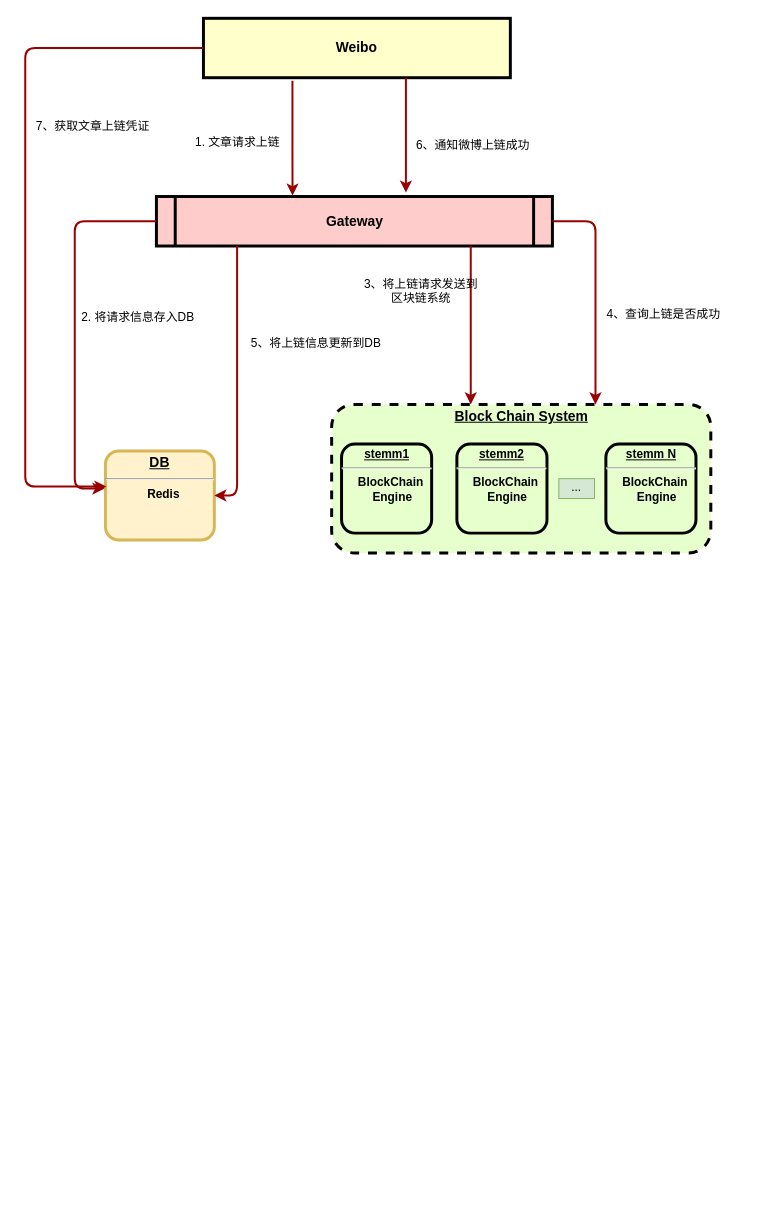
The draw.io diagram weibo-blockchain.drawio in fisher2015/eos-contract, before the edit. Source tidied: cells renumbered, new cells numbered last; positions are measured from the earlier drawing's top-left corner, leaving out a move shared by most shapes. Both pictures are drawn from the tidied source at 99%, with x=0, y=0 at pixel (25, 18).
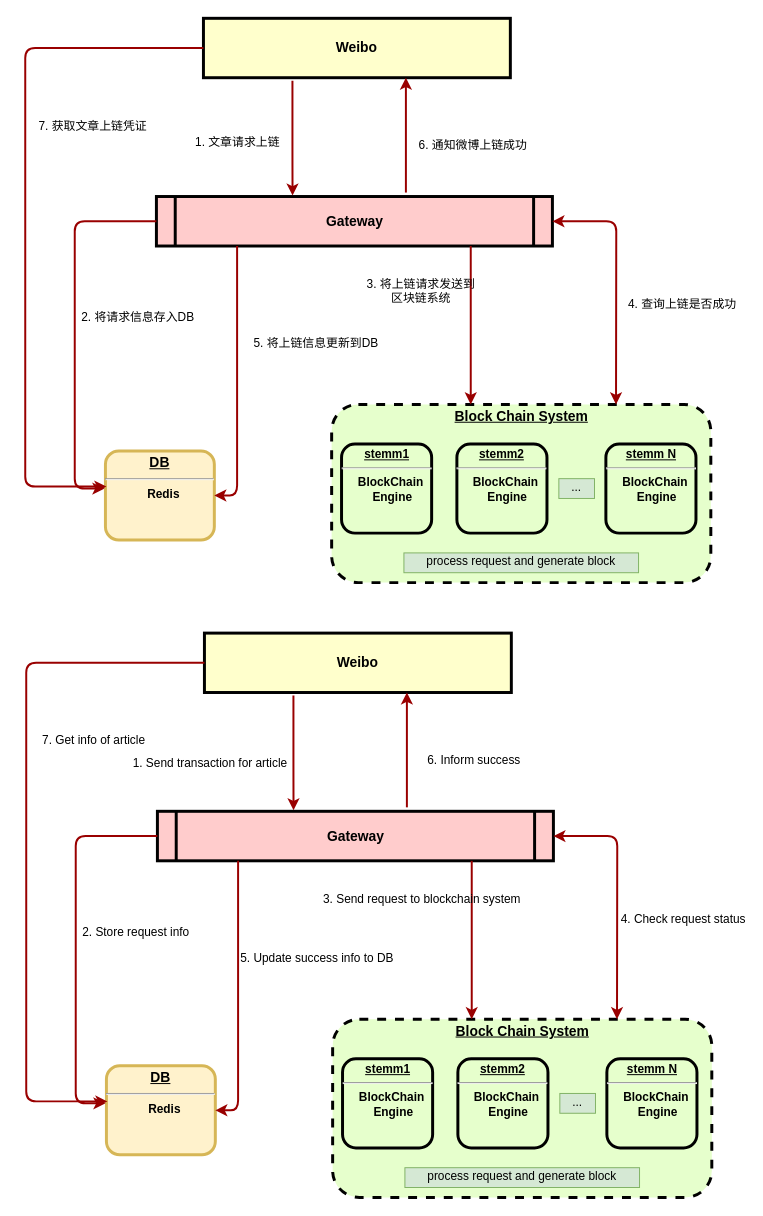
Above is the later version.

The change refers to these unchanged cells:
```xml
<mxCell id="3" value="Gateway" style="shape=process;whiteSpace=wrap;align=center;verticalAlign=middle;size=0.0475;fontStyle=1;strokeWidth=3;fillColor=#FFCCCC;fontSize=14;" parent="1" vertex="1">
  <mxGeometry x="132.5" y="180" width="400" height="50" as="geometry" />
</mxCell>
```

What changed in the source:
```diff
@@
     <mxCell id="5" style="group;dashed=1;" parent="1" vertex="1">
-      <mxGeometry x="309.5" y="390" width="383" height="150" as="geometry" />
+      <mxGeometry x="309.5" y="390" width="383" height="180" as="geometry" />
     </mxCell>
     <mxCell id="6" value="&lt;p style=&quot;margin: 0px ; margin-top: 4px ; text-align: center ; text-decoration: underline&quot;&gt;&lt;font style=&quot;font-size: 14px&quot;&gt;Block Chain System&lt;/font&gt;&lt;/p&gt;" style="verticalAlign=middle;align=center;overflow=fill;fontSize=12;fontFamily=Helvetica;html=1;rounded=1;fontStyle=1;strokeWidth=3;fillColor=#E6FFCC;dashed=1;" parent="5" vertex="1">
-      <mxGeometry width="383" height="150" as="geometry" />
+      <mxGeometry width="383" height="180" as="geometry" />
     </mxCell>
@@
+    <mxCell id="25" value="process request and generate block" style="text;spacingTop=-5;align=center;fillColor=#d5e8d4;strokeColor=#82b366;" parent="5" vertex="1">
+      <mxGeometry x="73" y="150" width="237" height="20" as="geometry" />
+    </mxCell>
@@
-    <mxCell id="16" value="3、将上链请求发送到&#10;区块链系统&#10;" style="text;spacingTop=-5;align=center;" parent="1" vertex="1">
+    <mxCell id="16" value="3. 将上链请求发送到&#10;区块链系统&#10;" style="text;spacingTop=-5;align=center;" parent="1" vertex="1">
       <mxGeometry x="357" y="260" width="86" height="40" as="geometry" />
     </mxCell>
-    <mxCell id="17" style="edgeStyle=elbowEdgeStyle;elbow=horizontal;strokeColor=#990000;strokeWidth=2;exitX=1;exitY=0.5;exitDx=0;exitDy=0;" parent="1" edge="1" source="3">
-      <mxGeometry relative="1" as="geometry">
-        <mxPoint x="576" y="390" as="targetPoint" />
-        <Array as="points">
-          <mxPoint x="576" y="289" />
-          <mxPoint x="416" y="399" />
-        </Array>
-      </mxGeometry>
-    </mxCell>
-    <mxCell id="18" value="4、查询上链是否成功&#10;" style="text;spacingTop=-5;align=center;" parent="1" vertex="1">
-      <mxGeometry x="602" y="290" width="86" height="20" as="geometry" />
+    <mxCell id="18" value="4. 查询上链是否成功&#10;" style="text;spacingTop=-5;align=center;" parent="1" vertex="1">
+      <mxGeometry x="621" y="280" width="86" height="20" as="geometry" />
     </mxCell>
-    <mxCell id="19" value="6、通知微博上链成功&#10;" style="text;spacingTop=-5;align=center;" parent="1" vertex="1">
+    <mxCell id="19" value="6. 通知微博上链成功&#10;" style="text;spacingTop=-5;align=center;" parent="1" vertex="1">
       <mxGeometry x="385" y="120" width="135" height="20" as="geometry" />
     </mxCell>
@@
-    <mxCell id="21" value="5、将上链信息更新到DB&#10;" style="text;spacingTop=-5;align=center;" parent="1" vertex="1">
+    <mxCell id="21" value="5. 将上链信息更新到DB&#10;" style="text;spacingTop=-5;align=center;" parent="1" vertex="1">
       <mxGeometry x="238" y="320" width="112" height="20" as="geometry" />
     </mxCell>
@@
-    <mxCell id="23" value="7、获取文章上链凭证&#10;" style="text;spacingTop=-5;align=center;" parent="1" vertex="1">
+    <mxCell id="23" value="7. 获取文章上链凭证&#10;" style="text;spacingTop=-5;align=center;" parent="1" vertex="1">
       <mxGeometry x="1" y="100" width="135" height="20" as="geometry" />
     </mxCell>
     <mxCell id="24" style="edgeStyle=elbowEdgeStyle;elbow=vertical;strokeColor=#990000;strokeWidth=2;exitX=0.29;exitY=1.05;exitDx=0;exitDy=0;exitPerimeter=0;" parent="1" edge="1">
       <mxGeometry relative="1" as="geometry">
-        <mxPoint x="384.5" y="60" as="sourcePoint" />
-        <mxPoint x="384.5" y="176" as="targetPoint" />
+        <mxPoint x="384.5" y="176" as="sourcePoint" />
+        <mxPoint x="384.5" y="60" as="targetPoint" />
         <Array as="points">
           <mxPoint x="441" y="136" />
         </Array>
       </mxGeometry>
     </mxCell>
+    <mxCell id="26" style="endArrow=classic;startArrow=classic;html=1;strokeColor=#990000;strokeWidth=2;entryX=1;entryY=0.5;entryDx=0;entryDy=0;exitX=0.75;exitY=0;exitDx=0;exitDy=0;" parent="1" edge="1" source="6" target="3">
+      <mxGeometry relative="1" as="geometry">
+        <Array as="points">
+          <mxPoint x="597" y="205" />
+        </Array>
+      </mxGeometry>
+    </mxCell>
+    <mxCell id="27" value="Weibo" style="whiteSpace=wrap;align=center;verticalAlign=middle;fontStyle=1;strokeWidth=3;fillColor=#FFFFCC;fontSize=14;" parent="1" vertex="1">
+      <mxGeometry x="181" y="621" width="310" height="60" as="geometry" />
+    </mxCell>
+    <mxCell id="28" value="Gateway" style="shape=process;whiteSpace=wrap;align=center;verticalAlign=middle;size=0.0475;fontStyle=1;strokeWidth=3;fillColor=#FFCCCC;fontSize=14;" parent="1" vertex="1">
+      <mxGeometry x="133.5" y="801" width="400" height="50" as="geometry" />
+    </mxCell>
+    <mxCell id="29" value="&lt;p style=&quot;margin: 4px 0px 0px ; text-align: center ; text-decoration: underline ; font-size: 14px&quot;&gt;&lt;font style=&quot;font-size: 14px&quot;&gt;DB&lt;/font&gt;&lt;/p&gt;&lt;hr style=&quot;font-size: 14px&quot;&gt;&lt;p style=&quot;margin: 0px 0px 0px 8px&quot;&gt;&lt;font style=&quot;font-size: 12px&quot;&gt;Redis&lt;/font&gt;&lt;/p&gt;" style="verticalAlign=middle;align=center;overflow=fill;fontSize=12;fontFamily=Helvetica;html=1;rounded=1;fontStyle=1;strokeWidth=3;fillColor=#fff2cc;strokeColor=#d6b656;" parent="1" vertex="1">
+      <mxGeometry x="82" y="1058" width="110" height="90" as="geometry" />
+    </mxCell>
+    <mxCell id="30" style="group;dashed=1;" parent="1" vertex="1">
+      <mxGeometry x="310.5" y="1011" width="383" height="180" as="geometry" />
+    </mxCell>
+    <mxCell id="31" value="&lt;p style=&quot;margin: 0px ; margin-top: 4px ; text-align: center ; text-decoration: underline&quot;&gt;&lt;font style=&quot;font-size: 14px&quot;&gt;Block Chain System&lt;/font&gt;&lt;/p&gt;" style="verticalAlign=middle;align=center;overflow=fill;fontSize=12;fontFamily=Helvetica;html=1;rounded=1;fontStyle=1;strokeWidth=3;fillColor=#E6FFCC;dashed=1;" parent="30" vertex="1">
+      <mxGeometry width="383" height="180" as="geometry" />
+    </mxCell>
+    <mxCell id="32" value="&lt;p style=&quot;margin: 0px ; margin-top: 4px ; text-align: center ; text-decoration: underline&quot;&gt;&lt;strong&gt;stemm1&lt;br&gt;&lt;/strong&gt;&lt;/p&gt;&lt;hr&gt;&lt;p style=&quot;margin: 0px ; margin-left: 8px&quot;&gt;BlockChain&lt;/p&gt;&lt;p style=&quot;margin: 0px ; margin-left: 8px&quot;&gt;&amp;nbsp;Engine&lt;/p&gt;" style="verticalAlign=middle;align=center;overflow=fill;fontSize=12;fontFamily=Helvetica;html=1;rounded=1;fontStyle=1;strokeWidth=3;fillColor=#E6FFCC;" parent="30" vertex="1">
+      <mxGeometry x="10" y="40" width="91" height="90" as="geometry" />
+    </mxCell>
+    <mxCell id="33" value="&lt;p style=&quot;margin: 0px ; margin-top: 4px ; text-align: center ; text-decoration: underline&quot;&gt;&lt;strong&gt;stemm2&lt;/strong&gt;&lt;/p&gt;&lt;hr&gt;&lt;p style=&quot;margin: 0px ; margin-left: 8px&quot;&gt;BlockChain&lt;/p&gt;&lt;p style=&quot;margin: 0px ; margin-left: 8px&quot;&gt;&amp;nbsp;Engine&lt;/p&gt;" style="verticalAlign=middle;align=center;overflow=fill;fontSize=12;fontFamily=Helvetica;html=1;rounded=1;fontStyle=1;strokeWidth=3;fillColor=#E6FFCC;" parent="30" vertex="1">
+      <mxGeometry x="126.5" y="40" width="91" height="90" as="geometry" />
+    </mxCell>
+    <mxCell id="34" value="&lt;p style=&quot;margin: 0px ; margin-top: 4px ; text-align: center ; text-decoration: underline&quot;&gt;&lt;strong&gt;stemm N&lt;br&gt;&lt;/strong&gt;&lt;/p&gt;&lt;hr&gt;&lt;p style=&quot;margin: 0px ; margin-left: 8px&quot;&gt;BlockChain&lt;/p&gt;&lt;p style=&quot;margin: 0px ; margin-left: 8px&quot;&gt;&amp;nbsp;Engine&lt;/p&gt;" style="verticalAlign=middle;align=center;overflow=fill;fontSize=12;fontFamily=Helvetica;html=1;rounded=1;fontStyle=1;strokeWidth=3;fillColor=#E6FFCC;" parent="30" vertex="1">
+      <mxGeometry x="277" y="40" width="91" height="90" as="geometry" />
+    </mxCell>
+    <mxCell id="35" value="..." style="text;spacingTop=-5;align=center;fillColor=#d5e8d4;strokeColor=#82b366;" parent="30" vertex="1">
+      <mxGeometry x="229.5" y="75" width="36" height="20" as="geometry" />
+    </mxCell>
+    <mxCell id="36" value="process request and generate block" style="text;spacingTop=-5;align=center;fillColor=#d5e8d4;strokeColor=#82b366;" parent="30" vertex="1">
+      <mxGeometry x="73" y="150" width="237" height="20" as="geometry" />
+    </mxCell>
+    <mxCell id="37" style="edgeStyle=elbowEdgeStyle;elbow=vertical;strokeColor=#990000;strokeWidth=2;exitX=0.29;exitY=1.05;exitDx=0;exitDy=0;exitPerimeter=0;" parent="1" edge="1" source="27">
+      <mxGeometry relative="1" as="geometry">
+        <mxPoint x="271" y="800" as="targetPoint" />
+        <Array as="points">
+          <mxPoint x="327.5" y="760" />
+        </Array>
+      </mxGeometry>
+    </mxCell>
+    <mxCell id="38" value="&lt;span&gt;&lt;font style=&quot;font-size: 12px&quot;&gt;1. Send transaction for article&lt;/font&gt;&lt;/span&gt;&lt;br&gt;" style="text;html=1;align=left;verticalAlign=top;spacingTop=-4;fontSize=14;" parent="1" vertex="1">
+      <mxGeometry x="107" y="741" width="170" height="20" as="geometry" />
+    </mxCell>
+    <mxCell id="39" style="edgeStyle=elbowEdgeStyle;elbow=horizontal;strokeColor=#990000;strokeWidth=2;exitX=0;exitY=0.5;exitDx=0;exitDy=0;" parent="1" edge="1" source="28">
+      <mxGeometry relative="1" as="geometry">
+        <mxPoint x="81" y="1096" as="targetPoint" />
+        <Array as="points">
+          <mxPoint x="51" y="911" />
+        </Array>
+      </mxGeometry>
+    </mxCell>
+    <mxCell id="40" value="&lt;span&gt;&lt;font style=&quot;font-size: 12px&quot;&gt;2. Store request info&lt;/font&gt;&lt;/span&gt;&lt;br&gt;" style="text;html=1;align=left;verticalAlign=top;spacingTop=-4;fontSize=14;" parent="1" vertex="1">
+      <mxGeometry x="56" y="911" width="120" height="20" as="geometry" />
+    </mxCell>
+    <mxCell id="41" style="edgeStyle=elbowEdgeStyle;elbow=horizontal;strokeColor=#990000;strokeWidth=2;" parent="1" edge="1">
+      <mxGeometry relative="1" as="geometry">
+        <mxPoint x="451" y="851" as="sourcePoint" />
+        <mxPoint x="451" y="1011" as="targetPoint" />
+        <Array as="points">
+          <mxPoint x="451" y="931" />
+          <mxPoint x="291" y="1041" />
+        </Array>
+      </mxGeometry>
+    </mxCell>
+    <mxCell id="42" value="3. Send request to blockchain system&#10;" style="text;spacingTop=-5;align=center;" parent="1" vertex="1">
+      <mxGeometry x="358" y="881" width="86" height="59" as="geometry" />
+    </mxCell>
+    <mxCell id="43" value="4. Check request status&#10;" style="text;spacingTop=-5;align=center;" parent="1" vertex="1">
+      <mxGeometry x="622" y="901" width="86" height="20" as="geometry" />
+    </mxCell>
+    <mxCell id="44" value="6. Inform success&#10;" style="text;spacingTop=-5;align=center;" parent="1" vertex="1">
+      <mxGeometry x="386" y="741" width="135" height="20" as="geometry" />
+    </mxCell>
+    <mxCell id="45" style="edgeStyle=elbowEdgeStyle;elbow=horizontal;strokeColor=#990000;strokeWidth=2;entryX=1;entryY=0.5;entryDx=0;entryDy=0;" parent="1" edge="1" source="28" target="29">
+      <mxGeometry relative="1" as="geometry">
+        <Array as="points">
+          <mxPoint x="215" y="986" />
+        </Array>
+      </mxGeometry>
+    </mxCell>
+    <mxCell id="46" value="5. Update success info to DB&#10;" style="text;spacingTop=-5;align=center;" parent="1" vertex="1">
+      <mxGeometry x="239" y="941" width="112" height="20" as="geometry" />
+    </mxCell>
+    <mxCell id="47" style="edgeStyle=elbowEdgeStyle;elbow=horizontal;strokeColor=#990000;strokeWidth=2;exitX=0;exitY=0.5;exitDx=0;exitDy=0;entryX=0.009;entryY=0.4;entryDx=0;entryDy=0;entryPerimeter=0;" parent="1" edge="1" source="27" target="29">
+      <mxGeometry relative="1" as="geometry">
+        <Array as="points">
+          <mxPoint x="1" y="881" />
+        </Array>
+      </mxGeometry>
+    </mxCell>
+    <mxCell id="48" value="7. Get info of article&#10;" style="text;spacingTop=-5;align=center;" parent="1" vertex="1">
+      <mxGeometry x="2" y="721" width="135" height="20" as="geometry" />
+    </mxCell>
+    <mxCell id="49" style="edgeStyle=elbowEdgeStyle;elbow=vertical;strokeColor=#990000;strokeWidth=2;exitX=0.29;exitY=1.05;exitDx=0;exitDy=0;exitPerimeter=0;" parent="1" edge="1">
+      <mxGeometry relative="1" as="geometry">
+        <mxPoint x="385.5" y="797" as="sourcePoint" />
+        <mxPoint x="385.5" y="681" as="targetPoint" />
+        <Array as="points">
+          <mxPoint x="442" y="757" />
+        </Array>
+      </mxGeometry>
+    </mxCell>
+    <mxCell id="50" style="endArrow=classic;startArrow=classic;html=1;strokeColor=#990000;strokeWidth=2;entryX=1;entryY=0.5;entryDx=0;entryDy=0;exitX=0.75;exitY=0;exitDx=0;exitDy=0;" parent="1" edge="1" source="31" target="28">
+      <mxGeometry relative="1" as="geometry">
+        <Array as="points">
+          <mxPoint x="598" y="826" />
+        </Array>
+      </mxGeometry>
+    </mxCell>
```
